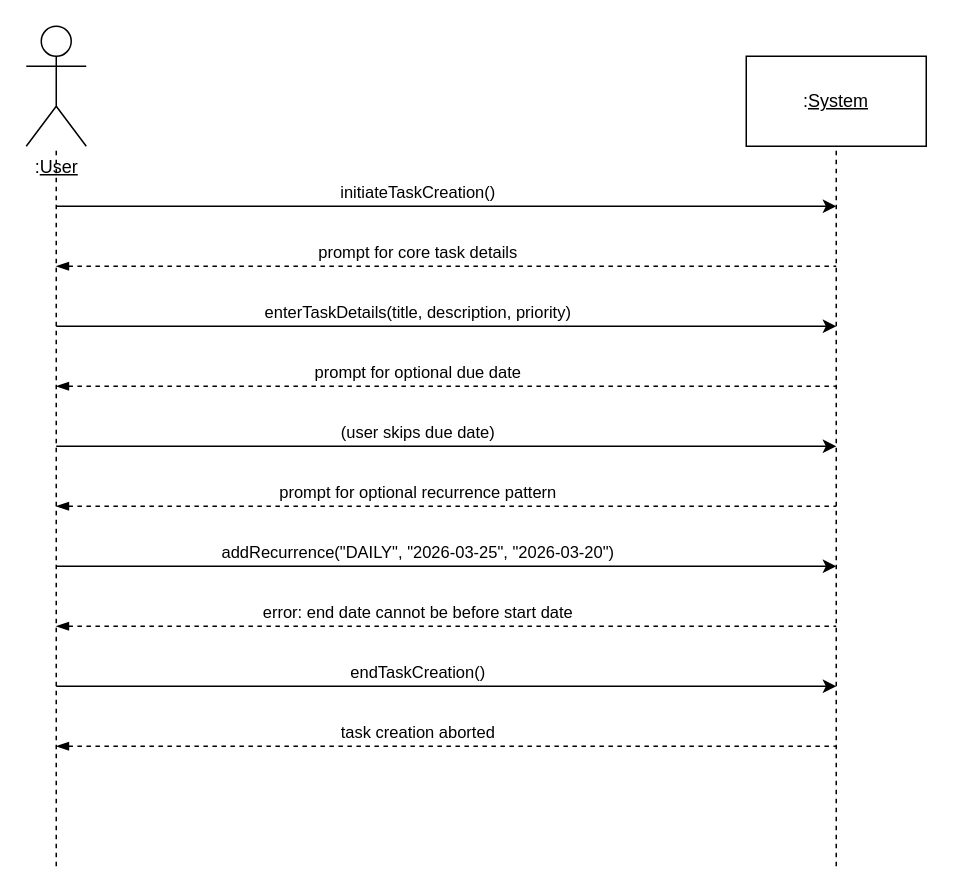
The draw.io diagram diagrams/sequence_diagrams/createTask() Failure Scenario.drawio in wmbx-28/SOEN342_Project, before the edit. Source tidied: cells renumbered, new cells numbered last; positions are measured from the earlier drawing's top-left corner, leaving out a move shared by most shapes. Both pictures are drawn from the tidied source at 150%, with x=0, y=0 at pixel (26, 26).
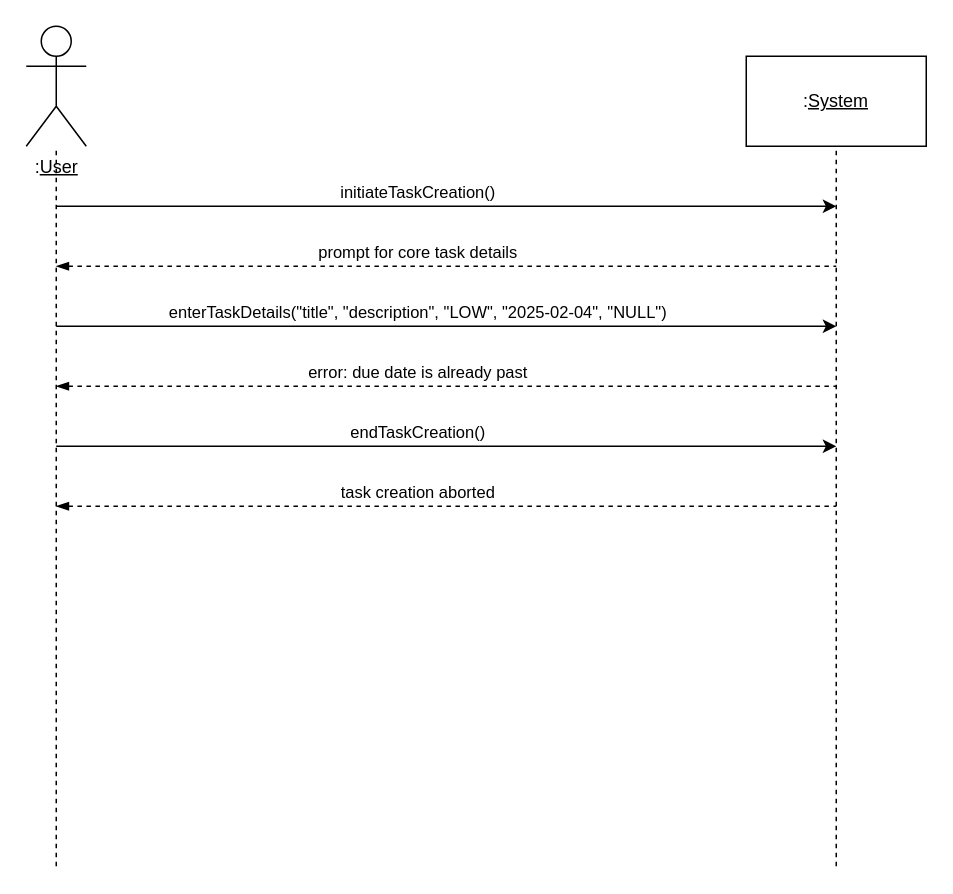
The same page after the edit.

The change refers to these unchanged cells:
```xml
<mxCell id="10" style="endArrow=classic;html=1;rounded=0;" parent="1" edge="1">
  <mxGeometry relative="1" as="geometry">
    <mxPoint x="20" y="200" as="sourcePoint" />
    <mxPoint x="540" y="200" as="targetPoint" />
  </mxGeometry>
</mxCell>
```

What changed in the source:
```diff
@@
-    <mxCell id="11" value="enterTaskDetails(title, description, priority)" style="edgeLabel;html=1;align=center;verticalAlign=middle;" parent="10" vertex="1">
+    <mxCell id="11" value="enterTaskDetails(&quot;title&quot;, &quot;description&quot;, &quot;LOW&quot;, &quot;2025-02-04&quot;, &quot;NULL&quot;)" style="edgeLabel;html=1;align=center;verticalAlign=middle;" parent="10" vertex="1">
       <mxGeometry x="-0.03" relative="1" as="geometry">
         <mxPoint x="-12" y="-10" as="offset" />
       </mxGeometry>
     </mxCell>
-    <mxCell id="12" style="endArrow=none;dashed=1;html=1;rounded=0;startArrow=blockThin;startFill=1;" parent="1" edge="1">
-      <mxGeometry relative="1" as="geometry">
-        <mxPoint x="20" y="320" as="sourcePoint" />
-        <mxPoint x="540" y="320" as="targetPoint" />
-      </mxGeometry>
-    </mxCell>
-    <mxCell id="13" value="prompt for optional recurrence pattern" style="edgeLabel;html=1;align=center;verticalAlign=middle;" parent="12" vertex="1">
-      <mxGeometry x="-0.19" y="3" relative="1" as="geometry">
-        <mxPoint x="29" y="-7" as="offset" />
-      </mxGeometry>
-    </mxCell>
-    <mxCell id="14" style="endArrow=classic;html=1;rounded=0;" parent="1" edge="1">
-      <mxGeometry relative="1" as="geometry">
-        <mxPoint x="20" y="360" as="sourcePoint" />
-        <mxPoint x="540" y="360" as="targetPoint" />
-      </mxGeometry>
-    </mxCell>
-    <mxCell id="15" value="addRecurrence(&quot;DAILY&quot;, &quot;2026-03-25&quot;, &quot;2026-03-20&quot;)" style="edgeLabel;html=1;align=center;verticalAlign=middle;" parent="14" vertex="1">
-      <mxGeometry x="-0.03" relative="1" as="geometry">
-        <mxPoint x="-12" y="-10" as="offset" />
-      </mxGeometry>
-    </mxCell>
     <mxCell id="16" style="endArrow=none;dashed=1;html=1;rounded=0;startArrow=blockThin;startFill=1;" parent="1" edge="1">
       <mxGeometry relative="1" as="geometry">
-        <mxPoint x="20" y="400" as="sourcePoint" />
-        <mxPoint x="540" y="400" as="targetPoint" />
+        <mxPoint x="20" y="240" as="sourcePoint" />
+        <mxPoint x="540" y="240" as="targetPoint" />
       </mxGeometry>
     </mxCell>
-    <mxCell id="17" value="error: end date cannot be before start date" style="edgeLabel;html=1;align=center;verticalAlign=middle;" parent="16" vertex="1">
+    <mxCell id="17" value="error: due date is already past" style="edgeLabel;html=1;align=center;verticalAlign=middle;" parent="16" vertex="1">
       <mxGeometry x="-0.19" y="3" relative="1" as="geometry">
         <mxPoint x="29" y="-7" as="offset" />
       </mxGeometry>
     </mxCell>
-    <mxCell id="18" style="endArrow=none;dashed=1;html=1;rounded=0;startArrow=blockThin;startFill=1;" parent="1" edge="1">
-      <mxGeometry relative="1" as="geometry">
-        <mxPoint x="20" y="240" as="sourcePoint" />
-        <mxPoint x="540" y="240" as="targetPoint" />
-      </mxGeometry>
-    </mxCell>
-    <mxCell id="19" value="prompt for optional due date" style="edgeLabel;html=1;align=center;verticalAlign=middle;" parent="18" vertex="1">
-      <mxGeometry x="-0.19" y="3" relative="1" as="geometry">
-        <mxPoint x="29" y="-7" as="offset" />
-      </mxGeometry>
-    </mxCell>
     <mxCell id="20" style="endArrow=classic;html=1;rounded=0;" parent="1" edge="1">
       <mxGeometry relative="1" as="geometry">
-        <mxPoint x="20" y="440" as="sourcePoint" />
-        <mxPoint x="540" y="440" as="targetPoint" />
+        <mxPoint x="20" y="280" as="sourcePoint" />
+        <mxPoint x="540" y="280" as="targetPoint" />
       </mxGeometry>
     </mxCell>
@@
     <mxCell id="22" style="endArrow=none;dashed=1;html=1;rounded=0;startArrow=blockThin;startFill=1;" parent="1" edge="1">
       <mxGeometry relative="1" as="geometry">
-        <mxPoint x="20" y="480" as="sourcePoint" />
-        <mxPoint x="540" y="480" as="targetPoint" />
+        <mxPoint x="20" y="320" as="sourcePoint" />
+        <mxPoint x="540" y="320" as="targetPoint" />
       </mxGeometry>
     </mxCell>
@@
-    <mxCell id="24" style="endArrow=classic;html=1;rounded=0;" parent="1" edge="1">
-      <mxGeometry relative="1" as="geometry">
-        <mxPoint x="20" y="280" as="sourcePoint" />
-        <mxPoint x="540" y="280" as="targetPoint" />
-      </mxGeometry>
-    </mxCell>
-    <mxCell id="25" value="(user skips due date)" style="edgeLabel;html=1;align=center;verticalAlign=middle;" parent="24" vertex="1">
-      <mxGeometry x="-0.03" relative="1" as="geometry">
-        <mxPoint x="-12" y="-10" as="offset" />
-      </mxGeometry>
-    </mxCell>
```
